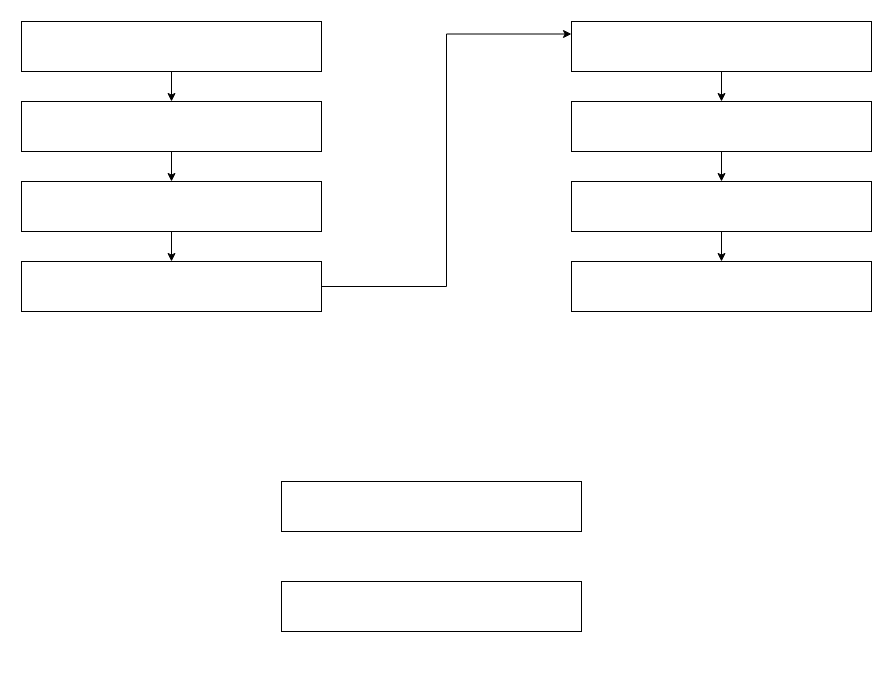
The draw.io diagram learn.drawio in Yuuumm/draw, before the edit. Source tidied: cells renumbered, new cells numbered last; positions are measured from the earlier drawing's top-left corner, leaving out a move shared by most shapes. Both pictures are drawn from the tidied source at 100%, with x=0, y=0 at pixel (21, 21).
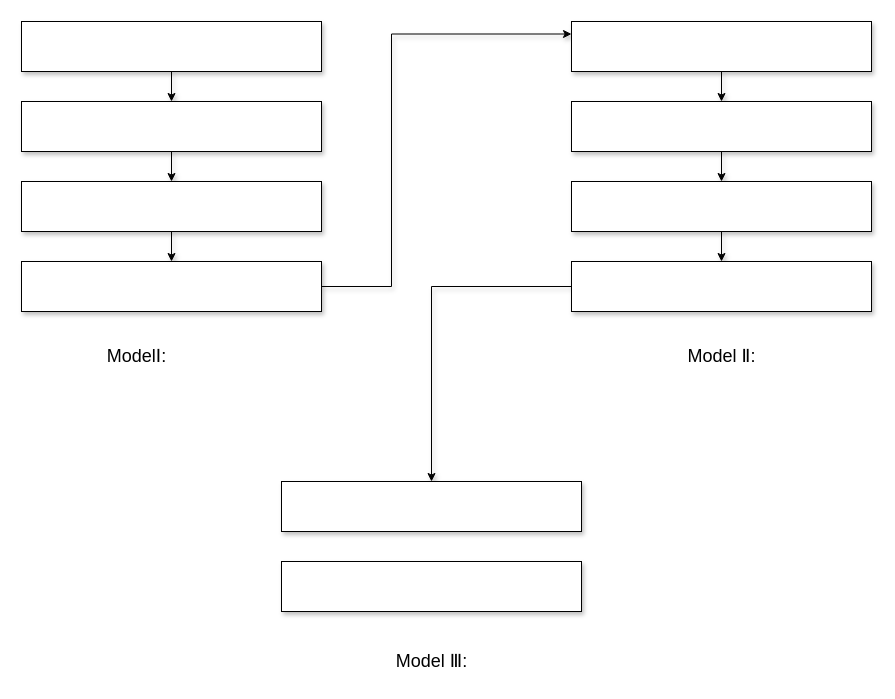
The same diagram, later.

Change to the diagram source:
```diff
@@
-    <mxCell id="2" style="edgeStyle=orthogonalEdgeStyle;rounded=0;jettySize=auto;html=1;" parent="1" edge="1" source="3" target="5">
+    <mxCell id="2" style="edgeStyle=orthogonalEdgeStyle;rounded=0;jettySize=auto;html=1;shadow=1;" parent="1" edge="1" source="3" target="5">
       <mxGeometry relative="1" as="geometry" />
     </mxCell>
-    <mxCell id="3" style="rounded=0;whiteSpace=wrap;html=1;" parent="1" vertex="1">
+    <mxCell id="3" style="rounded=0;whiteSpace=wrap;html=1;shadow=1;" parent="1" vertex="1">
       <mxGeometry width="300" height="50" as="geometry" />
     </mxCell>
-    <mxCell id="4" style="edgeStyle=orthogonalEdgeStyle;rounded=0;jettySize=auto;html=1;" parent="1" edge="1" source="5" target="7">
+    <mxCell id="4" style="edgeStyle=orthogonalEdgeStyle;rounded=0;jettySize=auto;html=1;shadow=1;" parent="1" edge="1" source="5" target="7">
       <mxGeometry relative="1" as="geometry" />
     </mxCell>
-    <mxCell id="5" style="rounded=0;whiteSpace=wrap;html=1;" parent="1" vertex="1">
+    <mxCell id="5" style="rounded=0;whiteSpace=wrap;html=1;shadow=1;" parent="1" vertex="1">
       <mxGeometry y="80" width="300" height="50" as="geometry" />
     </mxCell>
-    <mxCell id="6" style="edgeStyle=orthogonalEdgeStyle;rounded=0;jettySize=auto;html=1;" parent="1" edge="1" source="7" target="9">
+    <mxCell id="6" style="edgeStyle=orthogonalEdgeStyle;rounded=0;jettySize=auto;html=1;shadow=1;" parent="1" edge="1" source="7" target="9">
       <mxGeometry relative="1" as="geometry" />
     </mxCell>
-    <mxCell id="7" style="rounded=0;whiteSpace=wrap;html=1;" parent="1" vertex="1">
+    <mxCell id="7" style="rounded=0;whiteSpace=wrap;html=1;shadow=1;" parent="1" vertex="1">
       <mxGeometry y="160" width="300" height="50" as="geometry" />
     </mxCell>
-    <mxCell id="8" style="edgeStyle=orthogonalEdgeStyle;rounded=0;jettySize=auto;html=1;exitX=1;exitY=0.5;exitDx=0;exitDy=0;entryX=0;entryY=0.25;entryDx=0;entryDy=0;" parent="1" edge="1" source="9" target="11">
-      <mxGeometry relative="1" as="geometry" />
+    <mxCell id="8" style="edgeStyle=orthogonalEdgeStyle;rounded=0;jettySize=auto;html=1;exitX=1;exitY=0.5;exitDx=0;exitDy=0;entryX=0;entryY=0.25;entryDx=0;entryDy=0;shadow=1;" parent="1" edge="1" source="9" target="11">
+      <mxGeometry relative="1" as="geometry">
+        <Array as="points">
+          <mxPoint x="370" y="265" />
+          <mxPoint x="370" y="13" />
+        </Array>
+      </mxGeometry>
     </mxCell>
-    <mxCell id="9" style="rounded=0;whiteSpace=wrap;html=1;" parent="1" vertex="1">
+    <mxCell id="9" style="rounded=0;whiteSpace=wrap;html=1;shadow=1;" parent="1" vertex="1">
       <mxGeometry y="240" width="300" height="50" as="geometry" />
     </mxCell>
-    <mxCell id="10" style="edgeStyle=orthogonalEdgeStyle;rounded=0;jettySize=auto;html=1;" parent="1" edge="1" source="11" target="13">
+    <mxCell id="10" style="edgeStyle=orthogonalEdgeStyle;rounded=0;jettySize=auto;html=1;shadow=1;" parent="1" edge="1" source="11" target="13">
       <mxGeometry relative="1" as="geometry" />
     </mxCell>
-    <mxCell id="11" style="rounded=0;whiteSpace=wrap;html=1;" parent="1" vertex="1">
+    <mxCell id="11" style="rounded=0;whiteSpace=wrap;html=1;shadow=1;" parent="1" vertex="1">
       <mxGeometry x="550" width="300" height="50" as="geometry" />
     </mxCell>
-    <mxCell id="12" style="edgeStyle=orthogonalEdgeStyle;rounded=0;jettySize=auto;html=1;" parent="1" edge="1" source="13" target="15">
+    <mxCell id="12" style="edgeStyle=orthogonalEdgeStyle;rounded=0;jettySize=auto;html=1;shadow=1;" parent="1" edge="1" source="13" target="15">
       <mxGeometry relative="1" as="geometry" />
     </mxCell>
-    <mxCell id="13" style="rounded=0;whiteSpace=wrap;html=1;" parent="1" vertex="1">
+    <mxCell id="13" style="rounded=0;whiteSpace=wrap;html=1;shadow=1;" parent="1" vertex="1">
       <mxGeometry x="550" y="80" width="300" height="50" as="geometry" />
     </mxCell>
-    <mxCell id="14" style="edgeStyle=orthogonalEdgeStyle;rounded=0;jettySize=auto;html=1;" parent="1" edge="1" source="15" target="16">
+    <mxCell id="14" style="edgeStyle=orthogonalEdgeStyle;rounded=0;jettySize=auto;html=1;shadow=1;" parent="1" edge="1" source="15" target="16">
       <mxGeometry relative="1" as="geometry" />
     </mxCell>
-    <mxCell id="15" style="rounded=0;whiteSpace=wrap;html=1;" parent="1" vertex="1">
+    <mxCell id="15" style="rounded=0;whiteSpace=wrap;html=1;shadow=1;" parent="1" vertex="1">
       <mxGeometry x="550" y="160" width="300" height="50" as="geometry" />
     </mxCell>
+    <mxCell id="19" style="edgeStyle=orthogonalEdgeStyle;rounded=0;jettySize=auto;html=1;exitX=0;exitY=0.5;exitDx=0;exitDy=0;entryX=0.5;entryY=0;entryDx=0;entryDy=0;shadow=1;" parent="1" edge="1" source="16" target="17">
+      <mxGeometry relative="1" as="geometry" />
+    </mxCell>
-    <mxCell id="16" style="rounded=0;whiteSpace=wrap;html=1;" parent="1" vertex="1">
+    <mxCell id="16" style="rounded=0;whiteSpace=wrap;html=1;shadow=1;" parent="1" vertex="1">
       <mxGeometry x="550" y="240" width="300" height="50" as="geometry" />
     </mxCell>
-    <mxCell id="17" style="rounded=0;whiteSpace=wrap;html=1;" parent="1" vertex="1">
+    <mxCell id="17" style="rounded=0;whiteSpace=wrap;html=1;shadow=1;" parent="1" vertex="1">
       <mxGeometry x="260" y="460" width="300" height="50" as="geometry" />
     </mxCell>
-    <mxCell id="18" style="rounded=0;whiteSpace=wrap;html=1;" parent="1" vertex="1">
-      <mxGeometry x="260" y="560" width="300" height="50" as="geometry" />
+    <mxCell id="18" style="rounded=0;whiteSpace=wrap;html=1;shadow=1;" parent="1" vertex="1">
+      <mxGeometry x="260" y="540" width="300" height="50" as="geometry" />
     </mxCell>
+    <mxCell id="20" value="&lt;font face=&quot;Palatino&quot; style=&quot;font-size: 18px;&quot;&gt;ModelⅠ:&lt;/font&gt;" style="text;html=1;align=center;verticalAlign=middle;strokeColor=none;fillColor=none;" parent="1" vertex="1">
+      <mxGeometry x="65" y="315" width="100" height="40" as="geometry" />
+    </mxCell>
+    <mxCell id="21" value="&lt;font face=&quot;Palatino&quot; style=&quot;font-size: 18px;&quot;&gt;Model Ⅲ:&lt;/font&gt;" style="text;html=1;align=center;verticalAlign=middle;strokeColor=none;fillColor=none;" parent="1" vertex="1">
+      <mxGeometry x="355" y="620" width="110" height="40" as="geometry" />
+    </mxCell>
+    <mxCell id="22" value="&lt;font face=&quot;Palatino&quot; style=&quot;font-size: 18px;&quot;&gt;Model Ⅱ:&lt;/font&gt;" style="text;html=1;align=center;verticalAlign=middle;strokeColor=none;fillColor=none;" parent="1" vertex="1">
+      <mxGeometry x="645" y="315" width="110" height="40" as="geometry" />
+    </mxCell>
```
